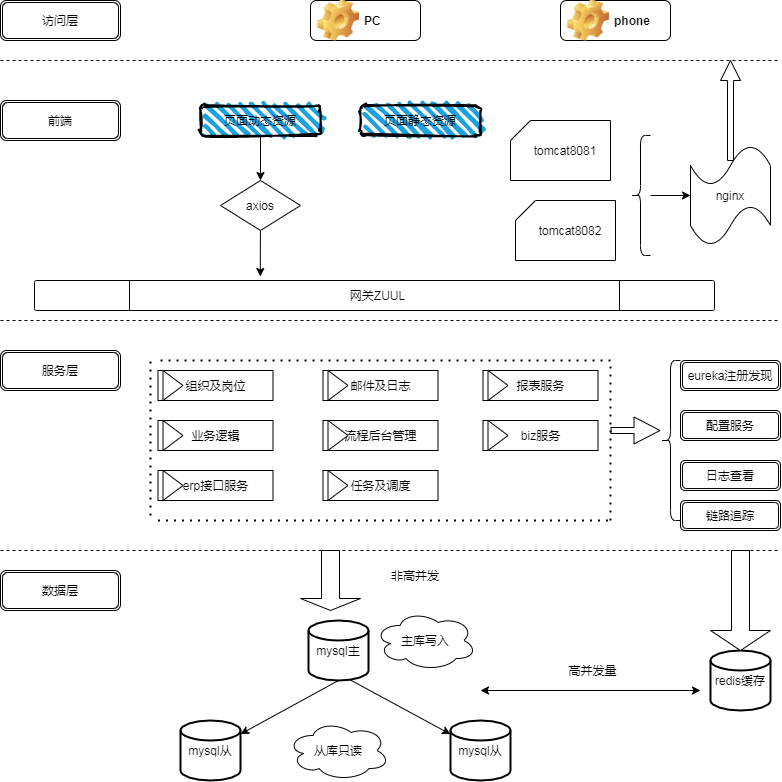
This is BPM流程中心.png from daofuzhang/demo, a draw.io export, as it was before one commit. Source tidied: cells renumbered, new cells last; positions are measured from the earlier drawing's top-left corner, leaving out a move shared by most shapes.
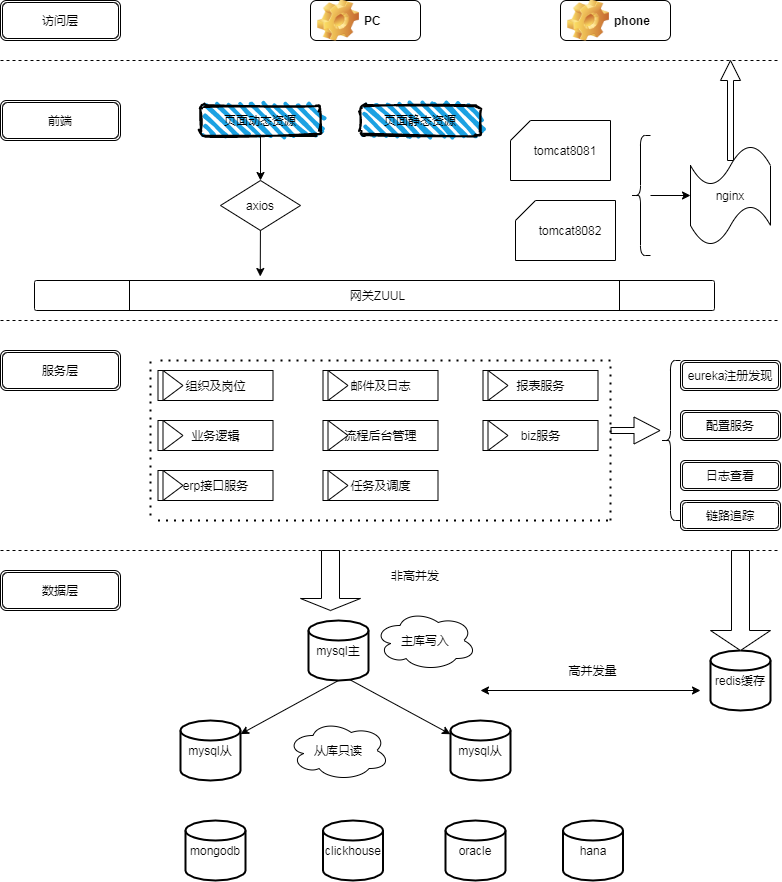
After the commit.

Diff of the diagram source:
```diff
@@ -218,5 +218,17 @@
     <mxCell id="64" value="非高并发" style="text;html=1;strokeColor=none;fillColor=none;align=center;verticalAlign=middle;whiteSpace=wrap;rounded=0;" parent="1" vertex="1">
       <mxGeometry x="360" y="565" width="110" height="20" as="geometry" />
     </mxCell>
+    <mxCell id="65" value="mongodb" style="strokeWidth=2;html=1;shape=mxgraph.flowchart.database;whiteSpace=wrap;" parent="1" vertex="1">
+      <mxGeometry x="185" y="820" width="60" height="60" as="geometry" />
+    </mxCell>
+    <mxCell id="66" value="clickhouse" style="strokeWidth=2;html=1;shape=mxgraph.flowchart.database;whiteSpace=wrap;" parent="1" vertex="1">
+      <mxGeometry x="322.5" y="820" width="60" height="60" as="geometry" />
+    </mxCell>
+    <mxCell id="67" value="oracle" style="strokeWidth=2;html=1;shape=mxgraph.flowchart.database;whiteSpace=wrap;" parent="1" vertex="1">
+      <mxGeometry x="445" y="820" width="60" height="60" as="geometry" />
+    </mxCell>
+    <mxCell id="68" value="hana" style="strokeWidth=2;html=1;shape=mxgraph.flowchart.database;whiteSpace=wrap;" parent="1" vertex="1">
+      <mxGeometry x="562.5" y="820" width="60" height="60" as="geometry" />
+    </mxCell>
   </root>
 </mxGraphModel>
```
